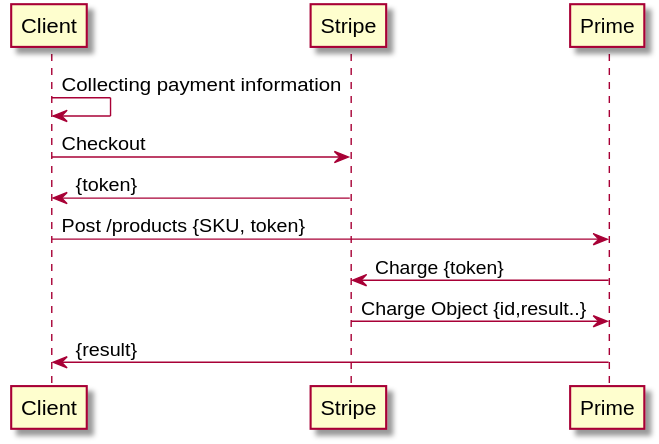
The PlantUML diagram payment-processor/doc/diagrams/purchase-flow.svg in ostelco/ostelco-core, before a commit. The source it was exported from:
```plantuml
@startuml

Client -> Client : Collecting payment information
Client -> Stripe : Checkout
Stripe -> Client: {token}
Client -> Prime: Post /products {SKU, token}
Prime -> Stripe: Charge {token}
Stripe -> Prime: Charge Object {id,result..}
Prime -> Client: {result}

@enduml
```
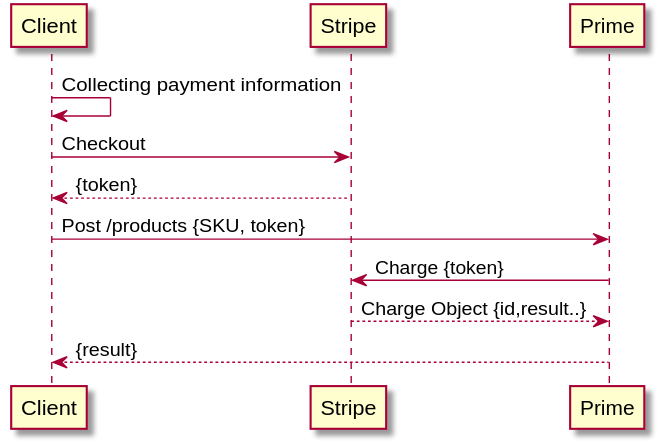
Above is the later version.

Commit message:
Making method returns dotted

What changed in the source:
```diff
@@ -2,10 +2,10 @@
 
 Client -> Client : Collecting payment information
 Client -> Stripe : Checkout
-Stripe -> Client: {token}
+Stripe --> Client: {token}
 Client -> Prime: Post /products {SKU, token}
 Prime -> Stripe: Charge {token}
-Stripe -> Prime: Charge Object {id,result..}
-Prime -> Client: {result}
+Stripe --> Prime: Charge Object {id,result..}
+Prime --> Client: {result}
 
 @enduml
```
